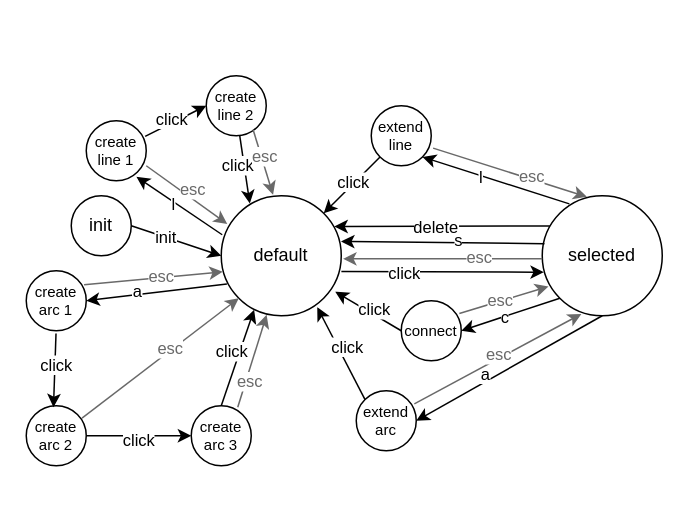
This is state_diagrams.drawio from sunminni/libOpenDRIVE-Mapmaker, a draw.io file, before an edit. Source tidied: cells renumbered, new cells numbered last; positions are measured from the earlier drawing's top-left corner, leaving out a move shared by most shapes. Both pictures are drawn from the tidied source at 150%, with x=0, y=0 at pixel (26, 75).
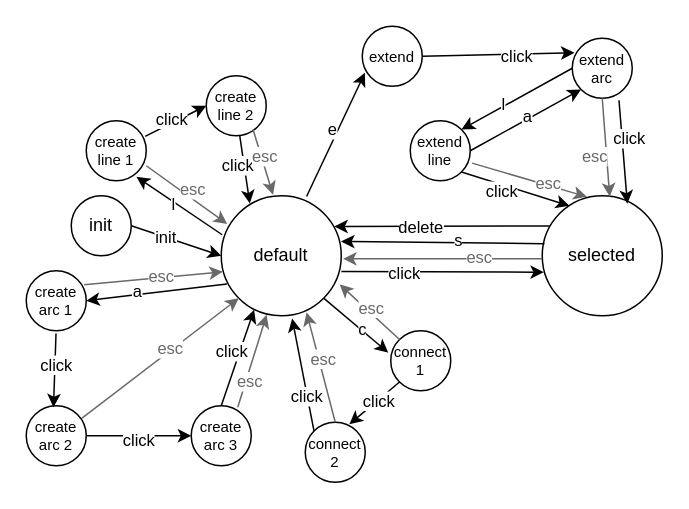
The same page after the edit.

Unchanged cells that the change refers to:
```xml
<mxCell id="2" value="default" style="ellipse;whiteSpace=wrap;html=1;" parent="1" vertex="1">
  <mxGeometry x="130" y="80" width="80" height="80" as="geometry" />
</mxCell>
<mxCell id="3" value="selected" style="ellipse;whiteSpace=wrap;html=1;" parent="1" vertex="1">
  <mxGeometry x="344" y="80" width="80" height="80" as="geometry" />
</mxCell>
<mxCell id="44" style="endArrow=classic;html=1;rounded=0;exitX=0.063;exitY=0.252;exitDx=0;exitDy=0;entryX=0.942;entryY=0.231;entryDx=0;entryDy=0;entryPerimeter=0;exitPerimeter=0;" parent="1" edge="1" source="3">
  <mxGeometry relative="1" as="geometry">
    <mxPoint x="205.4" y="100.5" as="targetPoint" />
  </mxGeometry>
</mxCell>
```

Diff of the diagram source:
```diff
@@
-    <mxCell id="10" style="endArrow=classic;html=1;rounded=0;exitX=0.5;exitY=1;exitDx=0;exitDy=0;entryX=1;entryY=0.5;entryDx=0;entryDy=0;" parent="1" edge="1" source="3" target="50">
+    <mxCell id="10" style="endArrow=classic;html=1;rounded=0;exitX=1;exitY=0.5;exitDx=0;exitDy=0;entryX=0;entryY=1;entryDx=0;entryDy=0;" parent="1" edge="1" source="22" target="50">
       <mxGeometry relative="1" as="geometry" />
     </mxCell>
@@
     <mxCell id="22" value="extend line" style="ellipse;whiteSpace=wrap;html=1;fontSize=10;" parent="1" vertex="1">
-      <mxGeometry x="230" y="20" width="40" height="40" as="geometry" />
+      <mxGeometry x="256" y="30" width="40" height="40" as="geometry" />
     </mxCell>
-    <mxCell id="23" style="endArrow=classic;html=1;rounded=0;exitX=0.226;exitY=0.068;exitDx=0;exitDy=0;entryX=1;entryY=1;entryDx=0;entryDy=0;exitPerimeter=0;" parent="1" edge="1" source="3" target="22">
+    <mxCell id="23" style="endArrow=classic;html=1;rounded=0;exitX=0;exitY=0.5;exitDx=0;exitDy=0;entryX=1;entryY=0;entryDx=0;entryDy=0;" parent="1" edge="1" source="50" target="22">
       <mxGeometry relative="1" as="geometry" />
     </mxCell>
@@
-    <mxCell id="25" style="endArrow=classic;html=1;rounded=0;exitX=0;exitY=1;exitDx=0;exitDy=0;entryX=1;entryY=0;entryDx=0;entryDy=0;" parent="1" edge="1" source="22" target="2">
+    <mxCell id="25" style="endArrow=classic;html=1;rounded=0;exitX=1;exitY=0.5;exitDx=0;exitDy=0;entryX=0.038;entryY=0.241;entryDx=0;entryDy=0;entryPerimeter=0;" parent="1" edge="1" source="65" target="50">
       <mxGeometry relative="1" as="geometry" />
     </mxCell>
     <mxCell id="26" value="click" style="edgeLabel;html=1;align=center;verticalAlign=middle;" parent="25" vertex="1">
       <mxGeometry x="0.15" relative="1" as="geometry">
-        <mxPoint x="4" y="-6" as="offset" />
+        <mxPoint x="5" y="1" as="offset" />
       </mxGeometry>
     </mxCell>
@@
-    <mxCell id="39" style="endArrow=classic;html=1;rounded=0;exitX=0;exitY=1;exitDx=0;exitDy=0;entryX=1;entryY=0.5;entryDx=0;entryDy=0;" parent="1" edge="1" source="3" target="41">
+    <mxCell id="39" style="endArrow=classic;html=1;rounded=0;exitX=1;exitY=1;exitDx=0;exitDy=0;entryX=-0.041;entryY=0.366;entryDx=0;entryDy=0;entryPerimeter=0;" parent="1" edge="1" source="2" target="41">
       <mxGeometry relative="1" as="geometry" />
     </mxCell>
@@
-    <mxCell id="41" value="connect" style="ellipse;whiteSpace=wrap;html=1;fontSize=10;" parent="1" vertex="1">
-      <mxGeometry x="250" y="150" width="40" height="40" as="geometry" />
+    <mxCell id="41" value="connect 1" style="ellipse;whiteSpace=wrap;html=1;fontSize=10;" parent="1" vertex="1">
+      <mxGeometry x="243" y="170" width="40" height="40" as="geometry" />
     </mxCell>
-    <mxCell id="42" style="endArrow=classic;html=1;rounded=0;entryX=0.97;entryY=0.315;entryDx=0;entryDy=0;entryPerimeter=0;exitX=0;exitY=0.5;exitDx=0;exitDy=0;" parent="1" edge="1" source="41">
-      <mxGeometry relative="1" as="geometry">
-        <mxPoint x="206" y="144" as="targetPoint" />
-      </mxGeometry>
+    <mxCell id="42" style="endArrow=classic;html=1;rounded=0;exitX=0;exitY=1;exitDx=0;exitDy=0;entryX=0.735;entryY=0.034;entryDx=0;entryDy=0;entryPerimeter=0;" parent="1" edge="1" source="41" target="70">
+      <mxGeometry relative="1" as="geometry" />
     </mxCell>
     <mxCell id="43" value="click" style="edgeLabel;html=1;align=center;verticalAlign=middle;" parent="42" vertex="1">
       <mxGeometry x="0.15" relative="1" as="geometry">
-        <mxPoint x="6" as="offset" />
+        <mxPoint x="5" y="-4" as="offset" />
       </mxGeometry>
     </mxCell>
@@
     <mxCell id="45" value="delete" style="edgeLabel;html=1;align=center;verticalAlign=middle;" parent="44" vertex="1">
       <mxGeometry x="0.15" relative="1" as="geometry">
-        <mxPoint x="6" as="offset" />
+        <mxPoint x="-4" as="offset" />
       </mxGeometry>
     </mxCell>
-    <mxCell id="46" style="endArrow=classic;html=1;rounded=0;exitX=0.968;exitY=0.212;exitDx=0;exitDy=0;entryX=0.052;entryY=0.756;entryDx=0;entryDy=0;entryPerimeter=0;exitPerimeter=0;strokeColor=#696969;" parent="1" edge="1" source="41" target="3">
+    <mxCell id="46" style="endArrow=classic;html=1;rounded=0;exitX=0;exitY=0;exitDx=0;exitDy=0;entryX=0.987;entryY=0.739;entryDx=0;entryDy=0;entryPerimeter=0;strokeColor=#696969;" parent="1" edge="1" source="41" target="2">
       <mxGeometry relative="1" as="geometry" />
     </mxCell>
     <mxCell id="47" value="esc" style="edgeLabel;html=1;align=center;verticalAlign=middle;fontColor=#696969;" parent="46" vertex="1">
       <mxGeometry x="0.15" relative="1" as="geometry">
-        <mxPoint x="-8" y="1" as="offset" />
+        <mxPoint x="3" as="offset" />
       </mxGeometry>
     </mxCell>
@@
     <mxCell id="50" value="extend arc" style="ellipse;whiteSpace=wrap;html=1;fontSize=10;" parent="1" vertex="1">
-      <mxGeometry x="220" y="210" width="40" height="40" as="geometry" />
+      <mxGeometry x="364" y="-25" width="40" height="40" as="geometry" />
     </mxCell>
-    <mxCell id="51" style="endArrow=classic;html=1;rounded=0;entryX=0.8;entryY=0.929;entryDx=0;entryDy=0;entryPerimeter=0;exitX=0;exitY=0;exitDx=0;exitDy=0;" parent="1" edge="1" source="50" target="2">
+    <mxCell id="51" style="endArrow=classic;html=1;rounded=0;entryX=0.709;entryY=0.066;entryDx=0;entryDy=0;entryPerimeter=0;exitX=0.779;exitY=1.034;exitDx=0;exitDy=0;exitPerimeter=0;" parent="1" edge="1" source="50" target="3">
       <mxGeometry relative="1" as="geometry" />
     </mxCell>
     <mxCell id="52" value="click" style="edgeLabel;html=1;align=center;verticalAlign=middle;" parent="51" vertex="1">
       <mxGeometry x="0.15" relative="1" as="geometry">
-        <mxPoint x="6" as="offset" />
+        <mxPoint x="3" y="-15" as="offset" />
       </mxGeometry>
     </mxCell>
-    <mxCell id="53" style="endArrow=classic;html=1;rounded=0;exitX=0.968;exitY=0.219;exitDx=0;exitDy=0;entryX=0.326;entryY=0.985;entryDx=0;entryDy=0;entryPerimeter=0;exitPerimeter=0;strokeColor=#696969;" parent="1" edge="1" source="50" target="3">
+    <mxCell id="53" style="endArrow=classic;html=1;rounded=0;exitX=0.5;exitY=1;exitDx=0;exitDy=0;entryX=0.562;entryY=0.006;entryDx=0;entryDy=0;strokeColor=#696969;entryPerimeter=0;" parent="1" edge="1" source="50" target="3">
       <mxGeometry relative="1" as="geometry" />
     </mxCell>
@@
+    <mxCell id="65" value="extend" style="ellipse;whiteSpace=wrap;html=1;fontSize=10;" parent="1" vertex="1">
+      <mxGeometry x="224" y="-33" width="40" height="40" as="geometry" />
+    </mxCell>
+    <mxCell id="66" style="endArrow=classic;html=1;rounded=0;exitX=0.711;exitY=0.006;exitDx=0;exitDy=0;entryX=0.044;entryY=0.776;entryDx=0;entryDy=0;entryPerimeter=0;exitPerimeter=0;" parent="1" edge="1" source="2" target="65">
+      <mxGeometry relative="1" as="geometry" />
+    </mxCell>
+    <mxCell id="67" value="e" style="edgeLabel;html=1;align=center;verticalAlign=middle;" parent="66" vertex="1">
+      <mxGeometry x="0.15" relative="1" as="geometry">
+        <mxPoint x="-6" y="2" as="offset" />
+      </mxGeometry>
+    </mxCell>
+    <mxCell id="68" style="endArrow=classic;html=1;rounded=0;exitX=1;exitY=1;exitDx=0;exitDy=0;entryX=0.226;entryY=0.084;entryDx=0;entryDy=0;entryPerimeter=0;" parent="1" edge="1" source="22" target="3">
+      <mxGeometry relative="1" as="geometry" />
+    </mxCell>
+    <mxCell id="69" value="click" style="edgeLabel;html=1;align=center;verticalAlign=middle;" parent="68" vertex="1">
+      <mxGeometry x="0.15" relative="1" as="geometry">
+        <mxPoint x="-15" y="-1" as="offset" />
+      </mxGeometry>
+    </mxCell>
+    <mxCell id="70" value="connect 2" style="ellipse;whiteSpace=wrap;html=1;fontSize=10;" parent="1" vertex="1">
+      <mxGeometry x="186" y="231" width="40" height="40" as="geometry" />
+    </mxCell>
+    <mxCell id="71" style="endArrow=classic;html=1;rounded=0;exitX=0;exitY=0;exitDx=0;exitDy=0;entryX=0.591;entryY=1.023;entryDx=0;entryDy=0;entryPerimeter=0;" parent="1" edge="1" source="70" target="2">
+      <mxGeometry relative="1" as="geometry" />
+    </mxCell>
+    <mxCell id="72" value="click" style="edgeLabel;html=1;align=center;verticalAlign=middle;" parent="71" vertex="1">
+      <mxGeometry x="0.15" relative="1" as="geometry">
+        <mxPoint x="3" y="20" as="offset" />
+      </mxGeometry>
+    </mxCell>
+    <mxCell id="73" style="endArrow=classic;html=1;rounded=0;exitX=0.5;exitY=0;exitDx=0;exitDy=0;entryX=0.711;entryY=0.972;entryDx=0;entryDy=0;entryPerimeter=0;strokeColor=#696969;" parent="1" edge="1" source="70" target="2">
+      <mxGeometry relative="1" as="geometry" />
+    </mxCell>
+    <mxCell id="74" value="esc" style="edgeLabel;html=1;align=center;verticalAlign=middle;fontColor=#696969;" parent="73" vertex="1">
+      <mxGeometry x="0.15" relative="1" as="geometry">
+        <mxPoint x="3" as="offset" />
+      </mxGeometry>
+    </mxCell>
```
